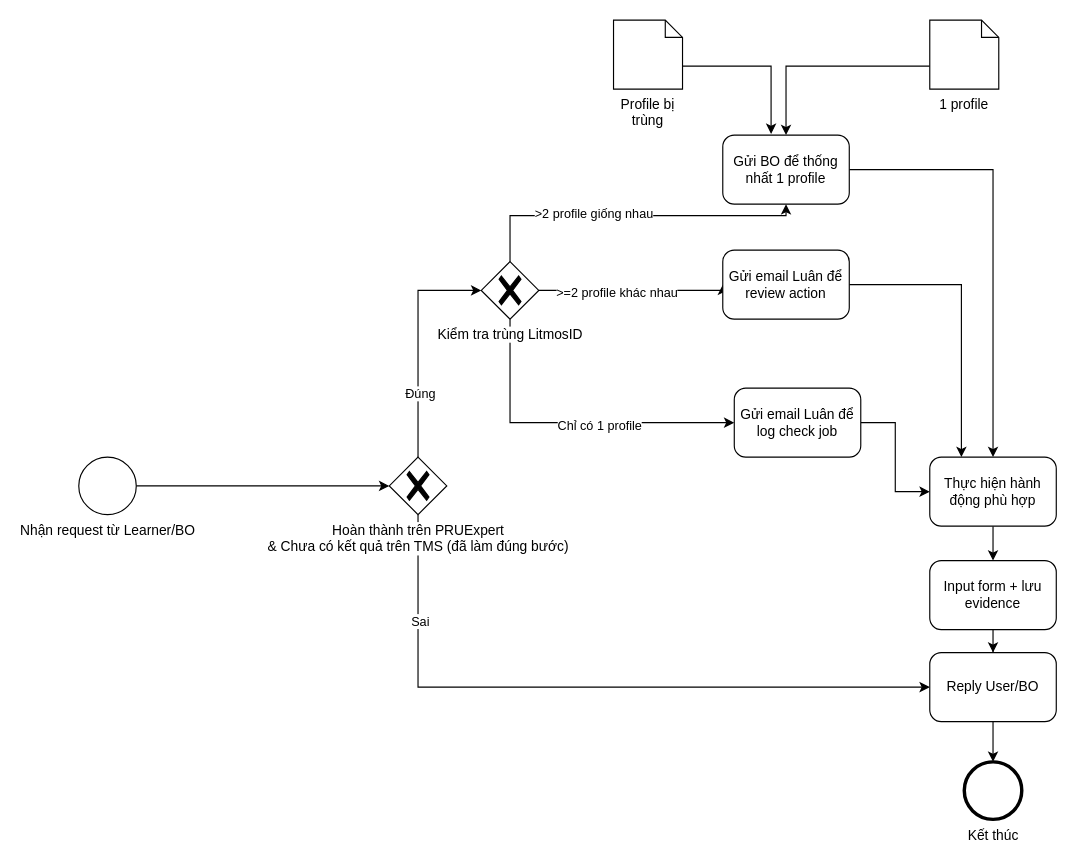
Above: Convert Score.drawio in thanhluandhsp/litmos (draw.io), before the change. Source tidied: cells renumbered, new cells numbered last; positions are measured from the earlier drawing's top-left corner, leaving out a move shared by most shapes. Both pictures are drawn from the tidied source at 115%, with x=0, y=0 at pixel (78, 20).
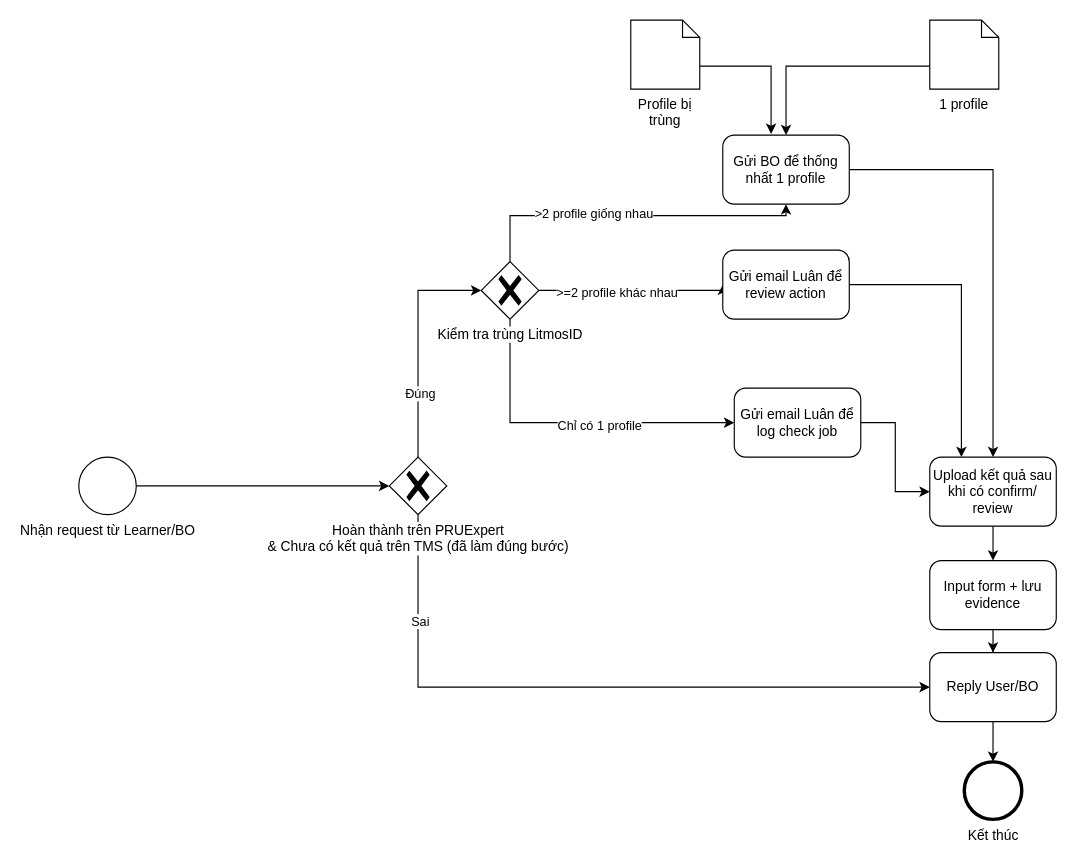
The same diagram, later.

What changed in the source:
```diff
@@
     <mxCell id="19" value="Profile bị trùng" style="shape=mxgraph.bpmn.data;labelPosition=center;verticalLabelPosition=bottom;align=center;verticalAlign=top;whiteSpace=wrap;size=15;html=1;" parent="1" vertex="1">
-      <mxGeometry x="465" width="60" height="60" as="geometry" />
+      <mxGeometry x="480" width="60" height="60" as="geometry" />
     </mxCell>
@@
-    <mxCell id="27" value="Thực hiện hành động phù hợp" style="points=[[0.25,0,0],[0.5,0,0],[0.75,0,0],[1,0.25,0],[1,0.5,0],[1,0.75,0],[0.75,1,0],[0.5,1,0],[0.25,1,0],[0,0.75,0],[0,0.5,0],[0,0.25,0]];shape=mxgraph.bpmn.task;whiteSpace=wrap;rectStyle=rounded;size=10;taskMarker=abstract;" parent="1" vertex="1">
+    <mxCell id="27" value="Upload kết quả sau khi có confirm/ review" style="points=[[0.25,0,0],[0.5,0,0],[0.75,0,0],[1,0.25,0],[1,0.5,0],[1,0.75,0],[0.75,1,0],[0.5,1,0],[0.25,1,0],[0,0.75,0],[0,0.5,0],[0,0.25,0]];shape=mxgraph.bpmn.task;whiteSpace=wrap;rectStyle=rounded;size=10;taskMarker=abstract;" parent="1" vertex="1">
       <mxGeometry x="740" y="380" width="110" height="60" as="geometry" />
     </mxCell>
```
